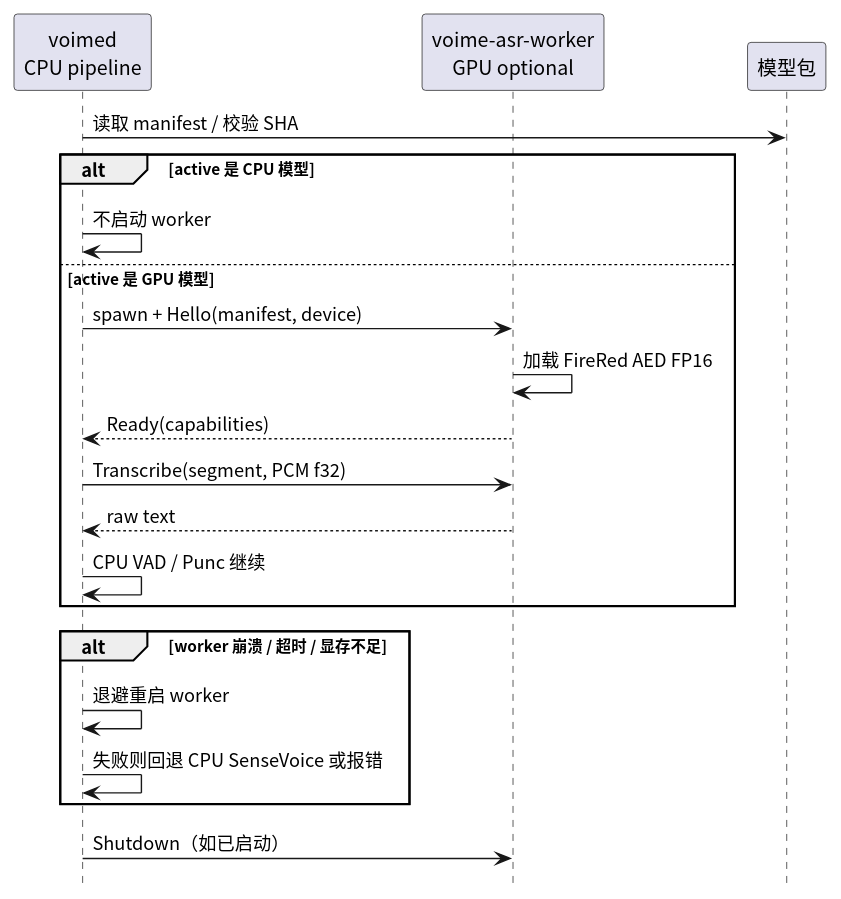
Above: diagram/gpu-worker.svg in 54m43lJ/voime (PlantUML), before the change.
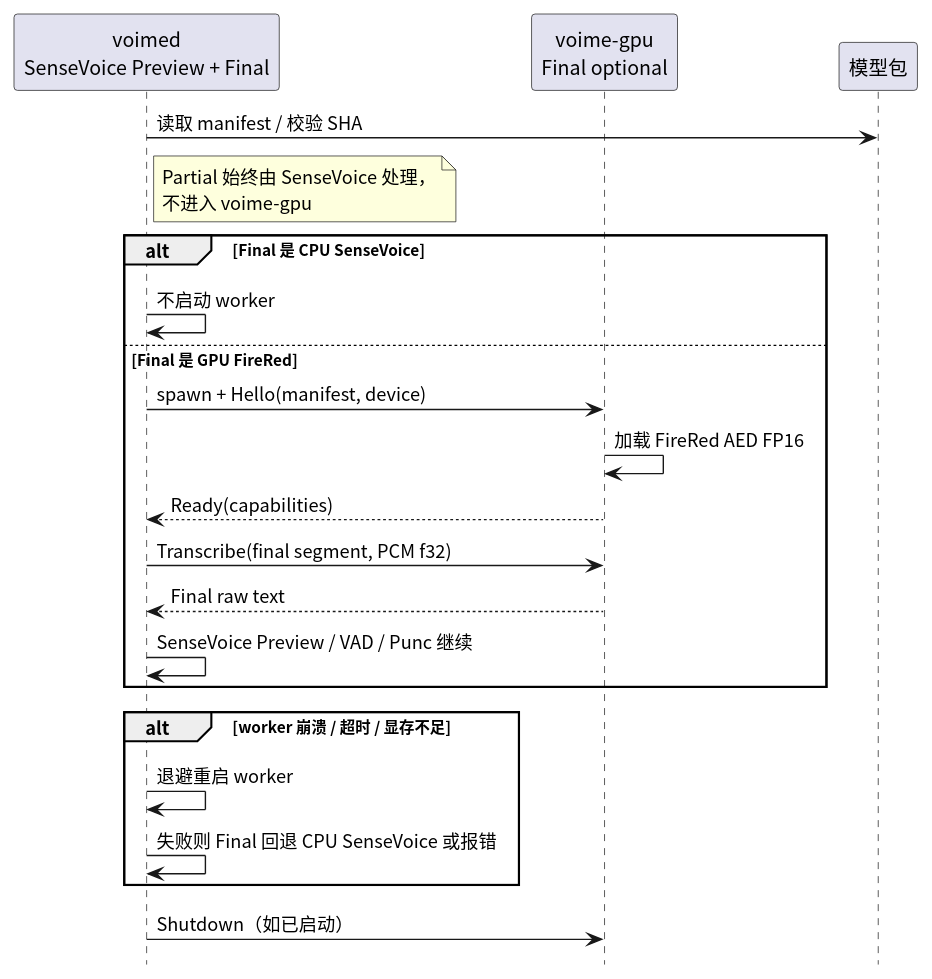
After the change.

Commit message:
docs: 调整 ASR v2 为 Preview/Final 分工与 voime-gpu

Diff of the diagram source:
```diff
@@ -3,24 +3,28 @@
 skinparam shadowing false
 hide footbox
 
-participant "voimed\nCPU pipeline" as Daemon
-participant "voime-asr-worker\nGPU optional" as Worker
+participant "voimed\nSenseVoice Preview + Final" as Daemon
+participant "voime-gpu\nFinal optional" as Worker
 participant "模型包" as Package
 
 Daemon -> Package : 读取 manifest / 校验 SHA
-alt active 是 CPU 模型
+note right of Daemon
+  Partial 始终由 SenseVoice 处理，
+  不进入 voime-gpu
+end note
+alt Final 是 CPU SenseVoice
   Daemon -> Daemon : 不启动 worker
-else active 是 GPU 模型
+else Final 是 GPU FireRed
   Daemon -> Worker : spawn + Hello(manifest, device)
   Worker -> Worker : 加载 FireRed AED FP16
   Worker --> Daemon : Ready(capabilities)
-  Daemon -> Worker : Transcribe(segment, PCM f32)
-  Worker --> Daemon : raw text
-  Daemon -> Daemon : CPU VAD / Punc 继续
+  Daemon -> Worker : Transcribe(final segment, PCM f32)
+  Worker --> Daemon : Final raw text
+  Daemon -> Daemon : SenseVoice Preview / VAD / Punc 继续
 end
 alt worker 崩溃 / 超时 / 显存不足
   Daemon -> Daemon : 退避重启 worker
-  Daemon -> Daemon : 失败则回退 CPU SenseVoice 或报错
+  Daemon -> Daemon : 失败则 Final 回退 CPU SenseVoice 或报错
 end
 Daemon -> Worker : Shutdown（如已启动）
 @enduml
```
